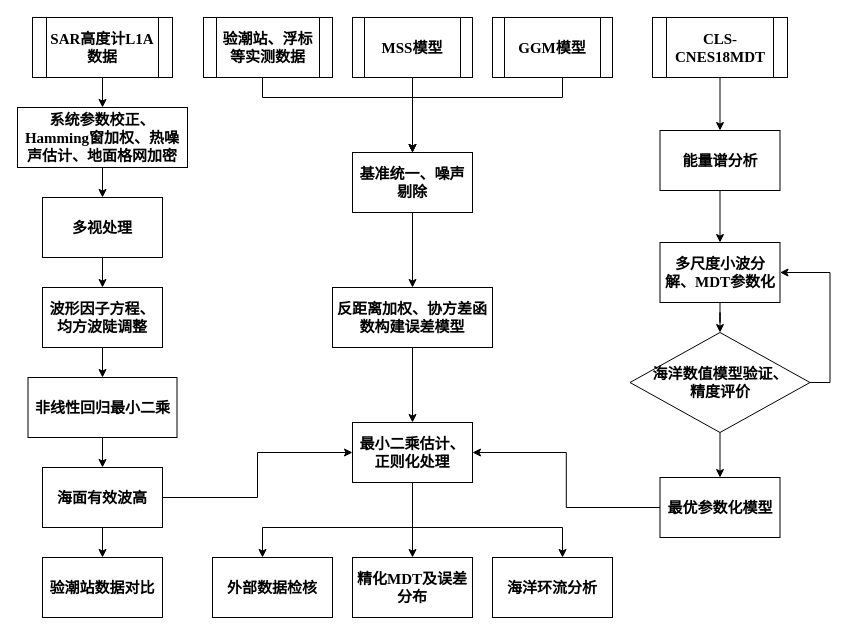
skgiter/drawIO keeps this draw.io diagram as Multi-source data for MDT refinement.drawio. Above is the earlier version. Source tidied: cells renumbered, new cells numbered last; positions are measured from the earlier drawing's top-left corner, leaving out a move shared by most shapes. Both pictures are drawn from the tidied source at 100%, with x=0, y=0 at pixel (17, 17).
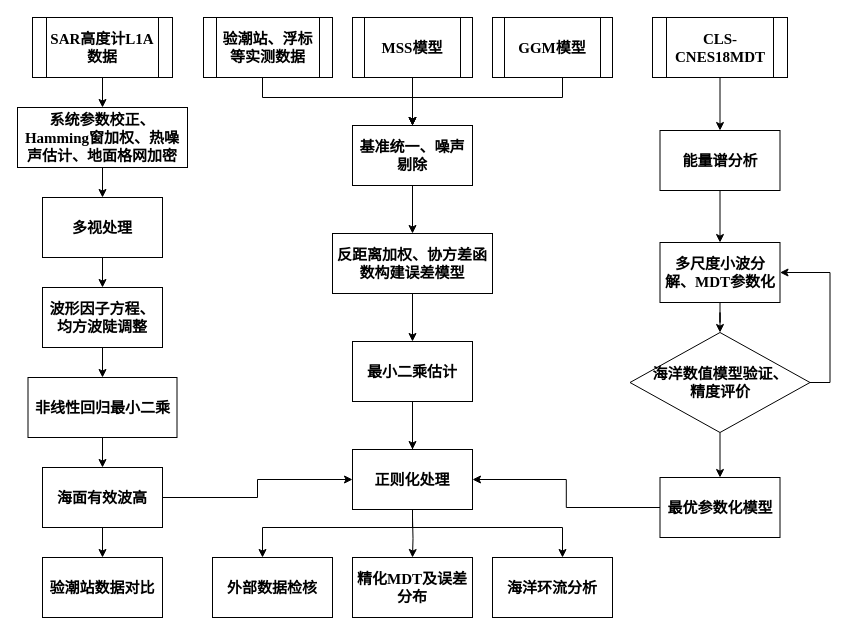
Above is the later version.

Unchanged cells that the change refers to:
```xml
<mxCell id="13" value="&lt;span style=&quot;white-space: normal; font-size: 15px;&quot;&gt;海面有效波高&lt;/span&gt;" style="rounded=0;whiteSpace=wrap;html=1;fontFamily=Times New Roman;fontStyle=1;fontSize=15;" parent="1" vertex="1">
  <mxGeometry x="25" y="450" width="120" height="60" as="geometry" />
</mxCell>
<mxCell id="26" value="最优参数化模型" style="rounded=0;whiteSpace=wrap;html=1;fontFamily=Times New Roman;fontStyle=1;fontSize=15;" parent="1" vertex="1">
  <mxGeometry x="642.5" y="460" width="120" height="60" as="geometry" />
</mxCell>
<mxCell id="41" value="精化MDT及误差分布" style="rounded=0;whiteSpace=wrap;html=1;fontFamily=Times New Roman;fontStyle=1;fontSize=15;" parent="1" vertex="1">
  <mxGeometry x="335" y="540" width="120" height="60" as="geometry" />
</mxCell>
<mxCell id="43" value="&lt;span style=&quot;white-space: normal; font-size: 15px;&quot;&gt;外部数据检核&lt;/span&gt;" style="rounded=0;whiteSpace=wrap;html=1;fontFamily=Times New Roman;fontStyle=1;fontSize=15;" parent="1" vertex="1">
  <mxGeometry x="195" y="540" width="120" height="60" as="geometry" />
</mxCell>
```

Change to the diagram source:
```diff
@@
-    <mxCell id="14" style="edgeStyle=orthogonalEdgeStyle;rounded=0;jettySize=auto;html=1;entryX=0;entryY=0.5;entryDx=0;entryDy=0;exitX=1;exitY=0.5;exitDx=0;exitDy=0;fontFamily=Times New Roman;fontStyle=1;fontSize=15;" parent="1" edge="1" source="13" target="40">
+    <mxCell id="14" style="edgeStyle=orthogonalEdgeStyle;rounded=0;jettySize=auto;html=1;entryX=0;entryY=0.5;entryDx=0;entryDy=0;exitX=1;exitY=0.5;exitDx=0;exitDy=0;fontFamily=Times New Roman;fontStyle=1;fontSize=15;" parent="1" edge="1" source="13" target="44">
       <mxGeometry relative="1" as="geometry" />
     </mxCell>
@@
-    <mxCell id="25" style="edgeStyle=orthogonalEdgeStyle;rounded=0;jettySize=auto;html=1;entryX=1;entryY=0.5;entryDx=0;entryDy=0;fontFamily=Times New Roman;fontStyle=1;fontSize=15;" parent="1" edge="1" source="26" target="40">
+    <mxCell id="25" style="edgeStyle=orthogonalEdgeStyle;rounded=0;jettySize=auto;html=1;entryX=1;entryY=0.5;entryDx=0;entryDy=0;fontFamily=Times New Roman;fontStyle=1;fontSize=15;" parent="1" edge="1" source="26" target="44">
       <mxGeometry relative="1" as="geometry" />
     </mxCell>
@@
     <mxCell id="34" value="&lt;span style=&quot;white-space: normal; font-size: 15px;&quot;&gt;基准统一、噪声剔除&lt;/span&gt;" style="rounded=0;whiteSpace=wrap;html=1;fontFamily=Times New Roman;fontStyle=1;fontSize=15;" parent="1" vertex="1">
-      <mxGeometry x="335" y="135" width="120" height="60" as="geometry" />
+      <mxGeometry x="335" y="108" width="120" height="60" as="geometry" />
     </mxCell>
@@
     <mxCell id="36" value="&lt;span style=&quot;white-space: normal; font-size: 15px;&quot;&gt;反距离加权、协方差函数构建误差模型&lt;/span&gt;" style="rounded=0;whiteSpace=wrap;html=1;fontFamily=Times New Roman;fontStyle=1;fontSize=15;" parent="1" vertex="1">
-      <mxGeometry x="315" y="270" width="160" height="60" as="geometry" />
+      <mxGeometry x="315" y="216" width="160" height="60" as="geometry" />
     </mxCell>
@@
-    <mxCell id="38" style="edgeStyle=orthogonalEdgeStyle;rounded=0;jettySize=auto;html=1;exitX=0.5;exitY=1;exitDx=0;exitDy=0;fontFamily=Times New Roman;fontStyle=1;fontSize=15;" parent="1" edge="1" source="40" target="43">
+    <mxCell id="38" style="edgeStyle=orthogonalEdgeStyle;rounded=0;jettySize=auto;html=1;exitX=0.5;exitY=1;exitDx=0;exitDy=0;fontFamily=Times New Roman;fontStyle=1;fontSize=15;" parent="1" edge="1" source="44" target="43">
       <mxGeometry relative="1" as="geometry">
         <Array as="points">
-          <mxPoint x="395" y="510" />
           <mxPoint x="245" y="510" />
         </Array>
       </mxGeometry>
     </mxCell>
-    <mxCell id="39" style="edgeStyle=orthogonalEdgeStyle;rounded=0;jettySize=auto;html=1;fontFamily=Times New Roman;fontStyle=1;fontSize=15;" parent="1" edge="1" source="40" target="41">
+    <mxCell id="39" style="edgeStyle=orthogonalEdgeStyle;rounded=0;jettySize=auto;html=1;fontFamily=Times New Roman;fontStyle=1;fontSize=15;entryX=0.5;entryY=0;entryDx=0;entryDy=0;" parent="1" edge="1" source="40" target="44">
       <mxGeometry relative="1" as="geometry" />
     </mxCell>
-    <mxCell id="40" value="&lt;span style=&quot;white-space: normal; font-size: 15px;&quot;&gt;最小二乘估计、&lt;br style=&quot;font-size: 15px;&quot;&gt;正则化处理&lt;br style=&quot;font-size: 15px;&quot;&gt;&lt;/span&gt;" style="rounded=0;whiteSpace=wrap;html=1;fontFamily=Times New Roman;fontStyle=1;fontSize=15;" parent="1" vertex="1">
-      <mxGeometry x="335" y="405" width="120" height="60" as="geometry" />
+    <mxCell id="40" value="&lt;span style=&quot;white-space: normal ; font-size: 15px&quot;&gt;最小二乘估计&lt;br style=&quot;font-size: 15px&quot;&gt;&lt;/span&gt;" style="rounded=0;whiteSpace=wrap;html=1;fontFamily=Times New Roman;fontStyle=1;fontSize=15;" parent="1" vertex="1">
+      <mxGeometry x="335" y="324" width="120" height="60" as="geometry" />
     </mxCell>
@@
+    <mxCell id="44" value="&lt;span style=&quot;font-weight: 700 ; white-space: normal&quot;&gt;正则化处理&lt;/span&gt;" style="rounded=0;whiteSpace=wrap;html=1;fontFamily=Times New Roman;fontSize=15;" parent="1" vertex="1">
+      <mxGeometry x="335" y="432" width="120" height="60" as="geometry" />
+    </mxCell>
+    <mxCell id="45" style="edgeStyle=orthogonalEdgeStyle;rounded=0;jettySize=auto;html=1;fontFamily=Times New Roman;fontStyle=1;fontSize=15;entryX=0.5;entryY=0;entryDx=0;entryDy=0;" parent="1" edge="1" target="41">
+      <mxGeometry relative="1" as="geometry">
+        <mxPoint x="395" y="500" as="sourcePoint" />
+      </mxGeometry>
+    </mxCell>
```
